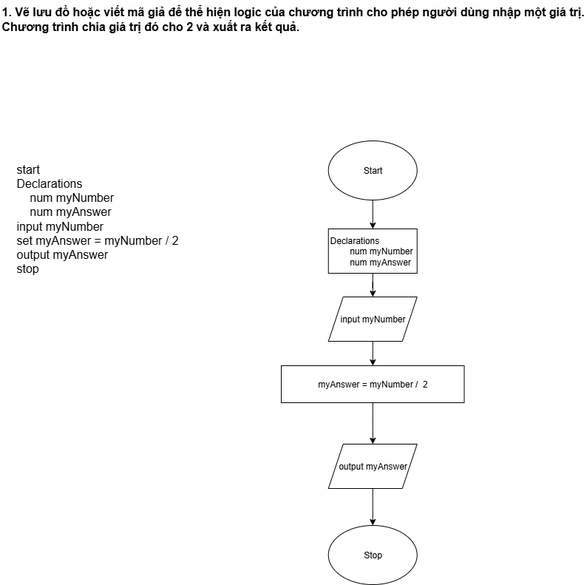
The draw.io diagram Exercises.drawio.png in tano-dev/CSLT_MTH00055, before a commit. Source tidied: cells renumbered, new cells last; positions are measured from the earlier drawing's top-left corner, leaving out a move shared by most shapes.
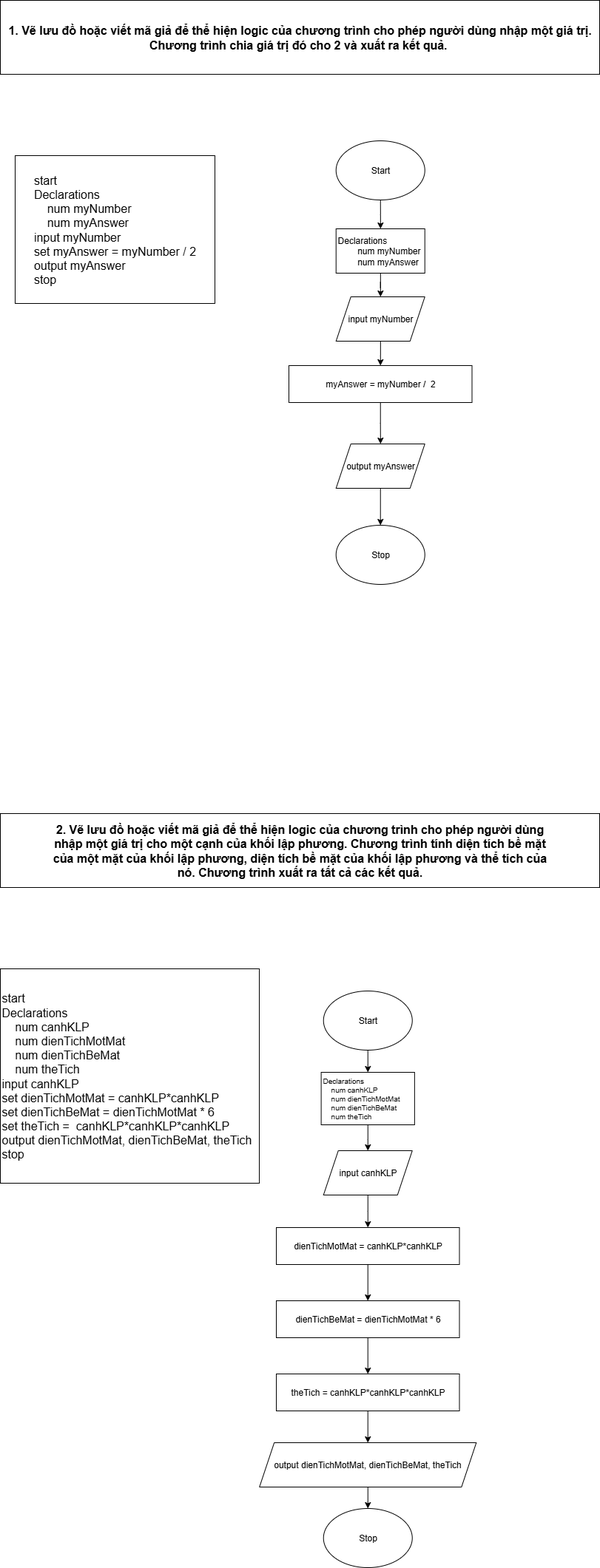
Later version of the same file.

What changed in the source:
```diff
@@ -2,12 +2,6 @@
   <root>
     <mxCell id="0" />
     <mxCell id="1" parent="0" />
-    <mxCell id="2" value="&lt;font&gt;1. Vẽ lưu đồ hoặc viết mã giả để thể hiện logic của chương trình cho phép người dùng nhập một giá trị.&lt;br&gt;Chương trình chia giá trị đó cho 2 và xuất ra kết quả.&amp;nbsp;&lt;/font&gt;" style="text;html=1;align=left;verticalAlign=middle;strokeColor=none;fillColor=none;fontStyle=1;fontSize=16;labelBorderColor=none;" parent="1" vertex="1">
-      <mxGeometry width="760" height="50" as="geometry" />
-    </mxCell>
-    <mxCell id="3" value="&lt;div&gt;start&lt;/div&gt;&lt;div&gt;Declarations&lt;/div&gt;&lt;div&gt;&amp;nbsp; &amp;nbsp; num myNumber&lt;/div&gt;&lt;div&gt;&amp;nbsp; &amp;nbsp; num myAnswer&lt;/div&gt;&lt;div&gt;input myNumber&lt;/div&gt;&lt;div&gt;set myAnswer = myNumber / 2&lt;/div&gt;&lt;div&gt;output myAnswer&lt;/div&gt;&lt;div&gt;stop&lt;/div&gt;" style="text;html=1;align=left;verticalAlign=middle;strokeColor=none;fillColor=none;fontSize=16;" parent="1" vertex="1">
-      <mxGeometry x="20" y="210" width="240" height="170" as="geometry" />
-    </mxCell>
     <mxCell id="4" value="Stop" style="ellipse;whiteSpace=wrap;html=1;" parent="1" vertex="1">
       <mxGeometry x="443.8" y="710" width="120" height="80" as="geometry" />
     </mxCell>
@@ -41,5 +35,65 @@
     <mxCell id="14" value="myAnswer = myNumber /&amp;nbsp; 2" style="rounded=0;whiteSpace=wrap;html=1;" parent="1" vertex="1">
       <mxGeometry x="380" y="494" width="247.5" height="50" as="geometry" />
     </mxCell>
+    <mxCell id="15" value="2. Vẽ lưu đồ hoặc viết mã giả để thể hiện logic của chương trình cho phép người dùng &lt;br&gt;nhập một giá trị cho một cạnh của khối lập phương. Chương trình tính diện tích bề mặt &lt;br&gt;của một mặt của khối lập phương, diện tích bề mặt của khối lập phương và thể tích của &lt;br&gt;nó. Chương trình xuất ra tất cả các kết quả." style="rounded=0;whiteSpace=wrap;html=1;fontSize=16;fontStyle=1;" parent="1" vertex="1">
+      <mxGeometry x="-10" y="1100" width="810" height="100" as="geometry" />
+    </mxCell>
+    <mxCell id="2" value="&lt;span style=&quot;text-align: left; text-wrap-mode: nowrap;&quot;&gt;1. Vẽ lưu đồ hoặc viết mã giả để thể hiện logic của chương trình cho phép người dùng nhập một giá trị.&lt;/span&gt;&lt;br style=&quot;text-align: left; text-wrap-mode: nowrap;&quot;&gt;&lt;span style=&quot;text-align: left; text-wrap-mode: nowrap;&quot;&gt;Chương trình chia giá trị đó cho 2 và xuất ra kết quả.&amp;nbsp;&lt;/span&gt;" style="rounded=0;whiteSpace=wrap;html=1;fontSize=16;fontStyle=1;" parent="1" vertex="1">
+      <mxGeometry x="-10" width="810" height="100" as="geometry" />
+    </mxCell>
+    <mxCell id="3" value="&lt;div style=&quot;font-size: 16px; text-align: left; text-wrap-mode: nowrap;&quot;&gt;start&lt;/div&gt;&lt;div style=&quot;font-size: 16px; text-align: left; text-wrap-mode: nowrap;&quot;&gt;Declarations&lt;/div&gt;&lt;div style=&quot;font-size: 16px; text-align: left; text-wrap-mode: nowrap;&quot;&gt;&amp;nbsp; &amp;nbsp; num myNumber&lt;/div&gt;&lt;div style=&quot;font-size: 16px; text-align: left; text-wrap-mode: nowrap;&quot;&gt;&amp;nbsp; &amp;nbsp; num myAnswer&lt;/div&gt;&lt;div style=&quot;font-size: 16px; text-align: left; text-wrap-mode: nowrap;&quot;&gt;input myNumber&lt;/div&gt;&lt;div style=&quot;font-size: 16px; text-align: left; text-wrap-mode: nowrap;&quot;&gt;set myAnswer = myNumber / 2&lt;/div&gt;&lt;div style=&quot;font-size: 16px; text-align: left; text-wrap-mode: nowrap;&quot;&gt;output myAnswer&lt;/div&gt;&lt;div style=&quot;font-size: 16px; text-align: left; text-wrap-mode: nowrap;&quot;&gt;stop&lt;/div&gt;" style="rounded=0;whiteSpace=wrap;html=1;" parent="1" vertex="1">
+      <mxGeometry x="10" y="210" width="270" height="200" as="geometry" />
+    </mxCell>
+    <mxCell id="16" value="start&lt;br&gt;Declarations&lt;br&gt;&amp;nbsp;&amp;nbsp;&amp;nbsp;&amp;nbsp;num canhKLP&lt;br&gt;&amp;nbsp;&amp;nbsp;&amp;nbsp;&amp;nbsp;num dienTichMotMat&lt;br&gt;&amp;nbsp;&amp;nbsp;&amp;nbsp;&amp;nbsp;num dienTichBeMat&lt;br&gt;&amp;nbsp;&amp;nbsp;&amp;nbsp;&amp;nbsp;num theTich&lt;br&gt;input canhKLP&lt;br&gt;set dienTichMotMat = canhKLP*canhKLP&lt;br&gt;set dienTichBeMat = dienTichMotMat * 6&lt;br&gt;set theTich =&amp;nbsp;&amp;nbsp;canhKLP*canhKLP*canhKLP&lt;br&gt;output&amp;nbsp;dienTichMotMat,&amp;nbsp;dienTichBeMat,&amp;nbsp;theTich&amp;nbsp;&lt;br&gt;stop" style="rounded=0;align=left;html=1;fontSize=16;" parent="1" vertex="1">
+      <mxGeometry x="-10" y="1310" width="350" height="290" as="geometry" />
+    </mxCell>
+    <mxCell id="17" value="&lt;div style=&quot;text-align: left; font-size: 16px;&quot;&gt;&lt;br&gt;&lt;/div&gt;" style="text;html=1;align=center;verticalAlign=middle;strokeColor=none;fillColor=none;" parent="1" vertex="1">
+      <mxGeometry x="570" y="1473" width="20" height="30" as="geometry" />
+    </mxCell>
+    <mxCell id="18" value="Stop" style="ellipse;whiteSpace=wrap;html=1;" parent="1" vertex="1">
+      <mxGeometry x="426.8" y="2040" width="120" height="80" as="geometry" />
+    </mxCell>
+    <mxCell id="19" style="edgeStyle=orthogonalEdgeStyle;rounded=0;jettySize=auto;html=1;" parent="1" edge="1" source="20" target="22">
+      <mxGeometry relative="1" as="geometry" />
+    </mxCell>
+    <mxCell id="20" value="Start" style="ellipse;whiteSpace=wrap;html=1;" parent="1" vertex="1">
+      <mxGeometry x="426.8" y="1340" width="120" height="80" as="geometry" />
+    </mxCell>
+    <mxCell id="21" style="edgeStyle=orthogonalEdgeStyle;rounded=0;jettySize=auto;html=1;" parent="1" edge="1" source="22" target="26">
+      <mxGeometry relative="1" as="geometry" />
+    </mxCell>
+    <mxCell id="22" value="&lt;div&gt;&lt;span style=&quot;text-wrap-mode: nowrap;&quot;&gt;Declarations&lt;/span&gt;&lt;br style=&quot;text-wrap-mode: nowrap;&quot;&gt;&lt;span style=&quot;text-wrap-mode: nowrap;&quot;&gt;&amp;nbsp;&amp;nbsp;&amp;nbsp;&amp;nbsp;num canhKLP&lt;/span&gt;&lt;br style=&quot;text-wrap-mode: nowrap;&quot;&gt;&lt;span style=&quot;text-wrap-mode: nowrap;&quot;&gt;&amp;nbsp;&amp;nbsp;&amp;nbsp;&amp;nbsp;num dienTichMotMat&lt;/span&gt;&lt;br style=&quot;text-wrap-mode: nowrap;&quot;&gt;&lt;span style=&quot;text-wrap-mode: nowrap;&quot;&gt;&amp;nbsp;&amp;nbsp;&amp;nbsp;&amp;nbsp;num dienTichBeMat&lt;/span&gt;&lt;br style=&quot;text-wrap-mode: nowrap;&quot;&gt;&lt;span style=&quot;text-wrap-mode: nowrap;&quot;&gt;&amp;nbsp;&amp;nbsp;&amp;nbsp;&amp;nbsp;num theTich&lt;/span&gt;&lt;/div&gt;" style="rounded=0;whiteSpace=wrap;html=1;align=left;fontSize=10;" parent="1" vertex="1">
+      <mxGeometry x="423.6" y="1450" width="126.2" height="71" as="geometry" />
+    </mxCell>
+    <mxCell id="23" style="edgeStyle=orthogonalEdgeStyle;rounded=0;jettySize=auto;html=1;" parent="1" edge="1" source="24" target="18">
+      <mxGeometry relative="1" as="geometry" />
+    </mxCell>
+    <mxCell id="24" value="output dienTichMotMat, dienTichBeMat, theTich" style="shape=parallelogram;perimeter=parallelogramPerimeter;whiteSpace=wrap;html=1;fixedSize=1;" parent="1" vertex="1">
+      <mxGeometry x="340.2" y="1951" width="293.1" height="60" as="geometry" />
+    </mxCell>
+    <mxCell id="25" style="edgeStyle=orthogonalEdgeStyle;rounded=0;jettySize=auto;html=1;" parent="1" edge="1" source="26" target="28">
+      <mxGeometry relative="1" as="geometry" />
+    </mxCell>
+    <mxCell id="26" value="input canhKLP" style="shape=parallelogram;perimeter=parallelogramPerimeter;whiteSpace=wrap;html=1;fixedSize=1;" parent="1" vertex="1">
+      <mxGeometry x="426.8" y="1556" width="120" height="60" as="geometry" />
+    </mxCell>
+    <mxCell id="27" style="edgeStyle=orthogonalEdgeStyle;rounded=0;jettySize=auto;html=1;" parent="1" edge="1" source="28" target="30">
+      <mxGeometry relative="1" as="geometry" />
+    </mxCell>
+    <mxCell id="28" value="dienTichMotMat = canhKLP*canhKLP" style="rounded=0;whiteSpace=wrap;html=1;" parent="1" vertex="1">
+      <mxGeometry x="363" y="1660" width="247.5" height="50" as="geometry" />
+    </mxCell>
+    <mxCell id="29" style="edgeStyle=orthogonalEdgeStyle;rounded=0;jettySize=auto;html=1;" parent="1" edge="1" source="30" target="32">
+      <mxGeometry relative="1" as="geometry" />
+    </mxCell>
+    <mxCell id="30" value="dienTichBeMat = dienTichMotMat&amp;nbsp;* 6" style="rounded=0;whiteSpace=wrap;html=1;" parent="1" vertex="1">
+      <mxGeometry x="363" y="1759" width="247.5" height="50" as="geometry" />
+    </mxCell>
+    <mxCell id="31" style="edgeStyle=orthogonalEdgeStyle;rounded=0;jettySize=auto;html=1;" parent="1" edge="1" source="32" target="24">
+      <mxGeometry relative="1" as="geometry" />
+    </mxCell>
+    <mxCell id="32" value="theTich = canhKLP*canhKLP*canhKLP" style="rounded=0;whiteSpace=wrap;html=1;" parent="1" vertex="1">
+      <mxGeometry x="363" y="1858" width="247.5" height="50" as="geometry" />
+    </mxCell>
   </root>
 </mxGraphModel>
```
